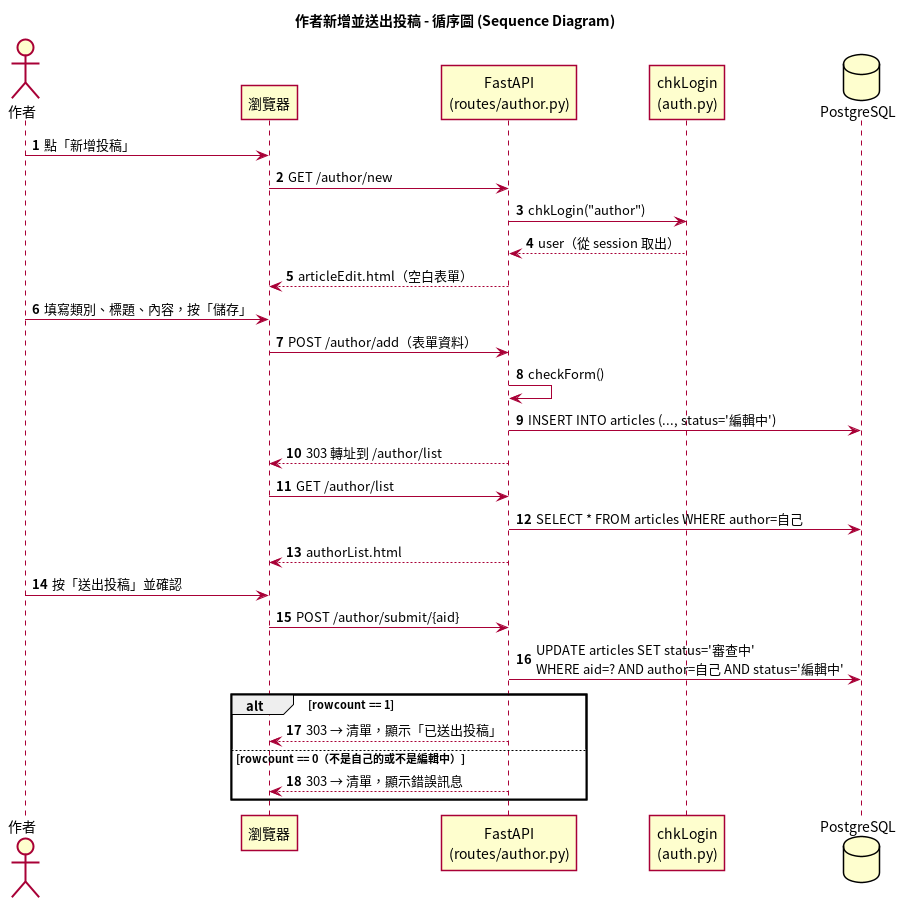
617-lyx/1151se_mid keeps this PlantUML diagram as docs/uml/04_sequence_author.png. Above is the earlier version. Its source is kept beside it as docs/uml/04_sequence_author.puml.
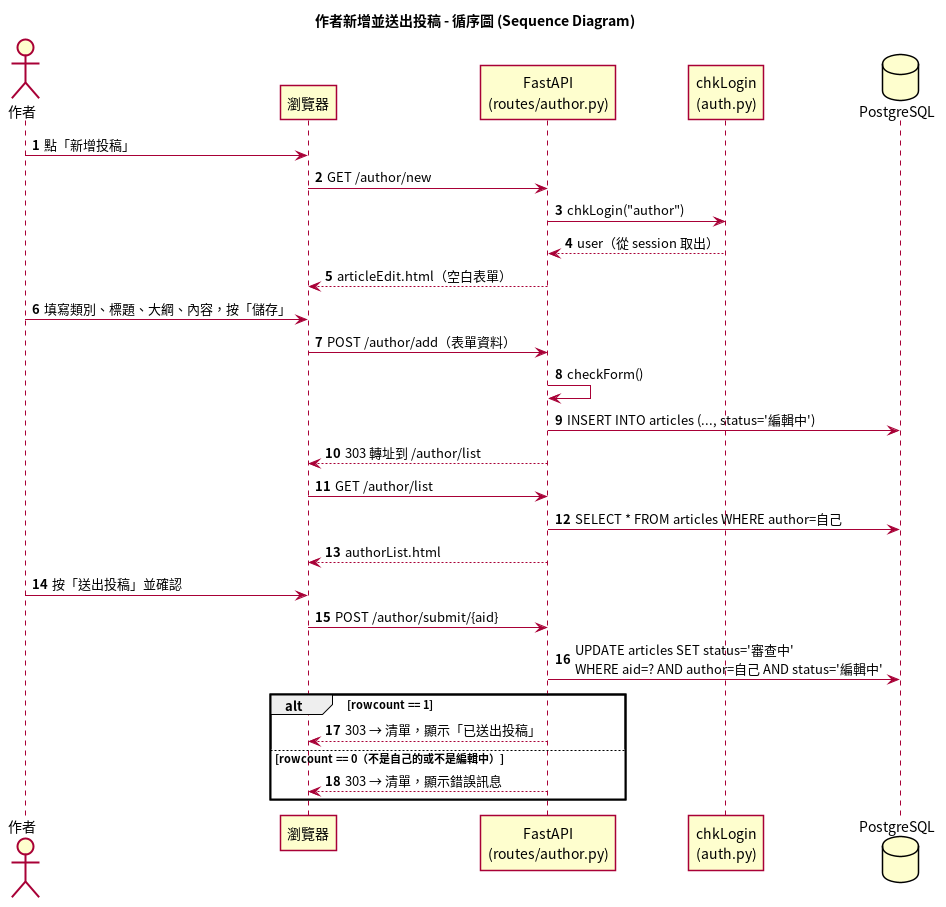
After the commit.

Diff of the diagram source:
```diff
@@ -15,7 +15,7 @@
 API -> AUTH : chkLogin("author")
 AUTH --> API : user（從 session 取出）
 API --> BR : articleEdit.html（空白表單）
-作者 -> BR : 填寫類別、標題、內容，按「儲存」
+作者 -> BR : 填寫類別、標題、大綱、內容，按「儲存」
 BR -> API : POST /author/add（表單資料）
 API -> API : checkForm()
 API -> DB : INSERT INTO articles (..., status='編輯中')
```
